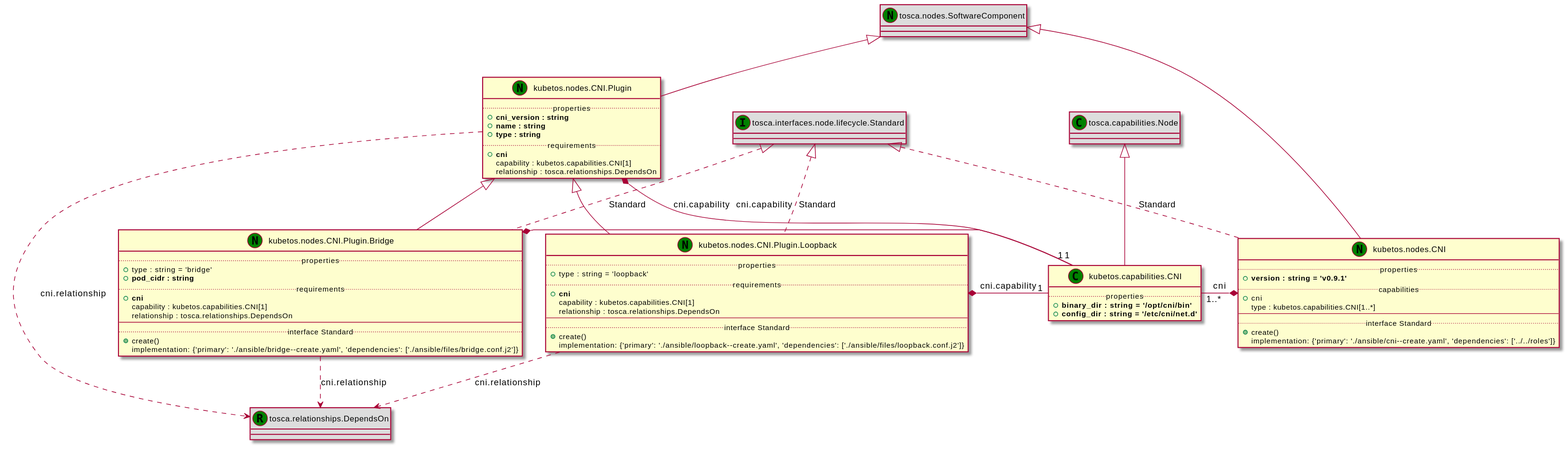
Before: examples/kubetos/diagrams/uml2/profiles-cni-main-uml2-class-diagram.svg, a diagram exported from PlantUML (Orange-OpenSource/Cloudnet-TOSCA-toolbox).
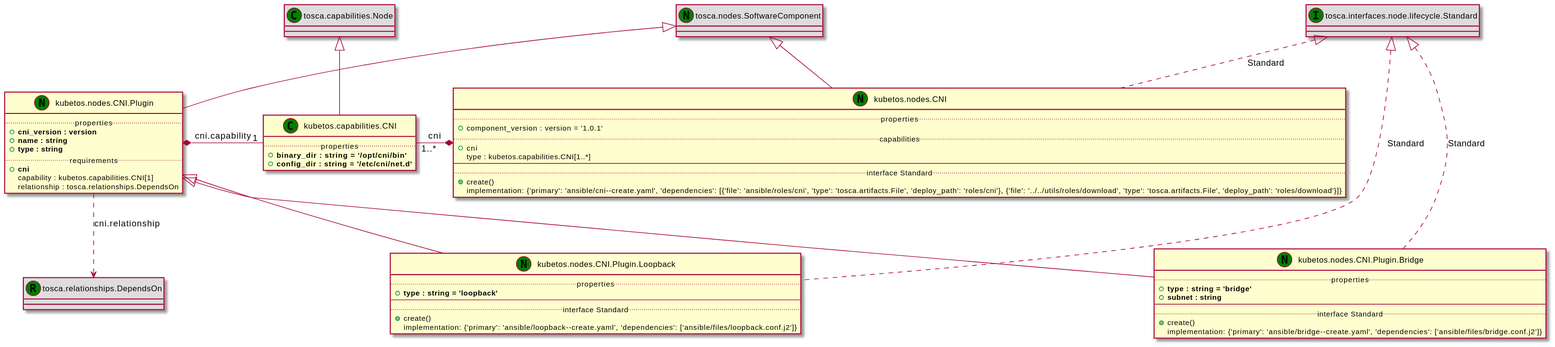
Above is the later version.

Commit message:
Regenerated Kubetos example diagrams

Change to the diagram source:
```diff
@@ -9,20 +9,20 @@
 class "tosca.nodes.SoftwareComponent" as tosca_nodes_SoftwareComponent_NT << (N,green) >> #DDDDDD
 class "kubetos.nodes.CNI" as kubetos_nodes_CNI_NT << (N,green) >> {
 .. properties ..
-+<b>version : string = 'v0.9.1'
++component_version : version = '1.0.1'
 .. capabilities ..
 +cni
  type : kubetos.capabilities.CNI[1..*]
 --
 .. interface Standard ..
 +create()
- implementation: {'primary': './ansible/cni--create.yaml', 'dependencies': ['../../roles']}
+ implementation: {'primary': 'ansible/cni--create.yaml', 'dependencies': [{'file': 'ansible/roles/cni', 'type': 'tosca.artifacts.File', 'deploy_path': 'roles/cni'}, {'file': '../../utils/roles/download', 'type': 'tosca.artifacts.File', 'deploy_path': 'roles/download'}]}
 }
 class "tosca.interfaces.node.lifecycle.Standard" as tosca_interfaces_node_lifecycle_Standard_IT << (I,green) >> #DDDDDD
 class "tosca.nodes.SoftwareComponent" as tosca_nodes_SoftwareComponent_NT << (N,green) >> #DDDDDD
 class "kubetos.nodes.CNI.Plugin" as kubetos_nodes_CNI_Plugin_NT << (N,green) >> {
 .. properties ..
-+<b>cni_version : string
++<b>cni_version : version
 +<b>name : string
 +<b>type : string
 .. requirements ..
@@ -33,32 +33,22 @@
 class "tosca.relationships.DependsOn" as tosca_relationships_DependsOn_RT << (R,green) >> #DDDDDD
 class "kubetos.nodes.CNI.Plugin.Bridge" as kubetos_nodes_CNI_Plugin_Bridge_NT << (N,green) >> {
 .. properties ..
-+type : string = 'bridge'
-+<b>pod_cidr : string
-.. requirements ..
-+<b>cni
- capability : kubetos.capabilities.CNI[1]
- relationship : tosca.relationships.DependsOn
++<b>type : string = 'bridge'
++<b>subnet : string
 --
 .. interface Standard ..
 +create()
- implementation: {'primary': './ansible/bridge--create.yaml', 'dependencies': ['./ansible/files/bridge.conf.j2']}
+ implementation: {'primary': 'ansible/bridge--create.yaml', 'dependencies': ['ansible/files/bridge.conf.j2']}
 }
-class "tosca.relationships.DependsOn" as tosca_relationships_DependsOn_RT << (R,green) >> #DDDDDD
 class "tosca.interfaces.node.lifecycle.Standard" as tosca_interfaces_node_lifecycle_Standard_IT << (I,green) >> #DDDDDD
 class "kubetos.nodes.CNI.Plugin.Loopback" as kubetos_nodes_CNI_Plugin_Loopback_NT << (N,green) >> {
 .. properties ..
-+type : string = 'loopback'
-.. requirements ..
-+<b>cni
- capability : kubetos.capabilities.CNI[1]
- relationship : tosca.relationships.DependsOn
++<b>type : string = 'loopback'
 --
 .. interface Standard ..
 +create()
- implementation: {'primary': './ansible/loopback--create.yaml', 'dependencies': ['./ansible/files/loopback.conf.j2']}
+ implementation: {'primary': 'ansible/loopback--create.yaml', 'dependencies': ['ansible/files/loopback.conf.j2']}
 }
-class "tosca.relationships.DependsOn" as tosca_relationships_DependsOn_RT << (R,green) >> #DDDDDD
 class "tosca.interfaces.node.lifecycle.Standard" as tosca_interfaces_node_lifecycle_Standard_IT << (I,green) >> #DDDDDD
 tosca_capabilities_Node_CT <|-- kubetos_capabilities_CNI_CT
 tosca_nodes_SoftwareComponent_NT <|-- kubetos_nodes_CNI_NT
@@ -68,11 +58,7 @@
 kubetos_nodes_CNI_Plugin_NT *- "1" kubetos_capabilities_CNI_CT : cni.capability
 kubetos_nodes_CNI_Plugin_NT ..> tosca_relationships_DependsOn_RT : cni.relationship
 kubetos_nodes_CNI_Plugin_NT <|-- kubetos_nodes_CNI_Plugin_Bridge_NT
-kubetos_nodes_CNI_Plugin_Bridge_NT *- "1" kubetos_capabilities_CNI_CT : cni.capability
-kubetos_nodes_CNI_Plugin_Bridge_NT ..> tosca_relationships_DependsOn_RT : cni.relationship
 tosca_interfaces_node_lifecycle_Standard_IT <|.. kubetos_nodes_CNI_Plugin_Bridge_NT : Standard
 kubetos_nodes_CNI_Plugin_NT <|-- kubetos_nodes_CNI_Plugin_Loopback_NT
-kubetos_nodes_CNI_Plugin_Loopback_NT *- "1" kubetos_capabilities_CNI_CT : cni.capability
-kubetos_nodes_CNI_Plugin_Loopback_NT ..> tosca_relationships_DependsOn_RT : cni.relationship
 tosca_interfaces_node_lifecycle_Standard_IT <|.. kubetos_nodes_CNI_Plugin_Loopback_NT : Standard
 @enduml
```
